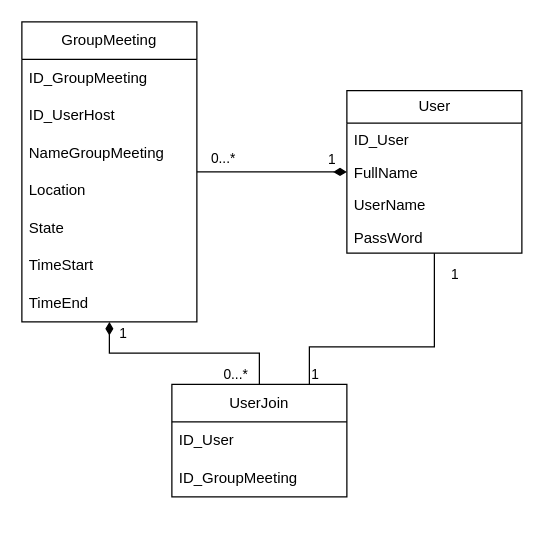
Above: page "pttkhdtClass" (4 of 5) of Untitled Diagram.drawio in LeTrungPhong/diagram (draw.io), before the change. Source tidied: cells renumbered, new cells numbered last; positions are measured from the earlier drawing's top-left corner, leaving out a move shared by most shapes. Both pictures are drawn from the tidied source at 125%, with x=0, y=0 at pixel (21, 21).
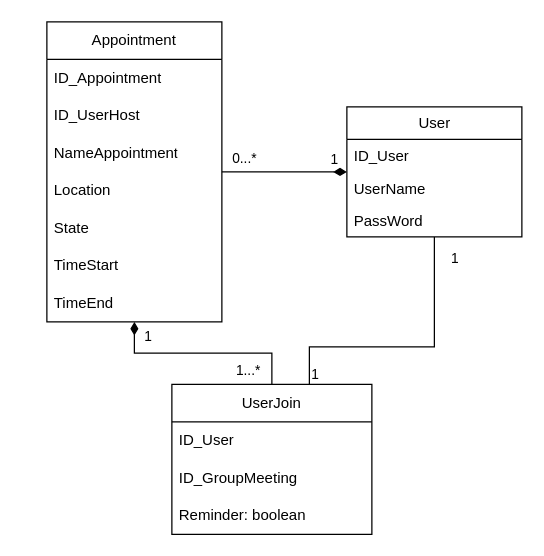
The same page after the edit.

Unchanged cells that the change refers to:
```xml
<mxCell id="24" style="endArrow=none;startArrow=diamondThin;endFill=0;startFill=1;html=1;verticalAlign=bottom;labelBackgroundColor=none;strokeWidth=1;startSize=8;endSize=8;rounded=0;edgeStyle=elbowEdgeStyle;elbow=vertical;" parent="1" edge="1" source="7" target="18">
  <mxGeometry relative="1" as="geometry" />
</mxCell>
```

Change to the diagram source:
```diff
@@
     <mxCell id="2" value="User" style="swimlane;fontStyle=0;horizontal=1;startSize=26;fillColor=none;html=1;" parent="1" vertex="1">
-      <mxGeometry x="260" y="55" width="140" height="130" as="geometry" />
+      <mxGeometry x="260" y="68" width="140" height="104" as="geometry" />
     </mxCell>
@@
-    <mxCell id="4" value="FullName" style="text;strokeColor=none;fillColor=none;align=left;verticalAlign=top;spacingLeft=4;spacingRight=4;overflow=hidden;whiteSpace=wrap;html=1;" parent="2" vertex="1">
-      <mxGeometry y="52" width="140" height="26" as="geometry" />
-    </mxCell>
     <mxCell id="5" value="UserName" style="text;strokeColor=none;fillColor=none;align=left;verticalAlign=top;spacingLeft=4;spacingRight=4;overflow=hidden;whiteSpace=wrap;html=1;" parent="2" vertex="1">
-      <mxGeometry y="78" width="140" height="26" as="geometry" />
+      <mxGeometry y="52" width="140" height="26" as="geometry" />
     </mxCell>
     <mxCell id="6" value="PassWord" style="text;strokeColor=none;fillColor=none;align=left;verticalAlign=top;spacingLeft=4;spacingRight=4;overflow=hidden;whiteSpace=wrap;html=1;" parent="2" vertex="1">
-      <mxGeometry y="104" width="140" height="26" as="geometry" />
+      <mxGeometry y="78" width="140" height="26" as="geometry" />
     </mxCell>
-    <mxCell id="7" value="GroupMeeting" style="swimlane;fontStyle=0;horizontal=1;startSize=30;whiteSpace=wrap;html=1;" parent="1" vertex="1">
-      <mxGeometry width="140" height="240" as="geometry" />
+    <mxCell id="7" value="Appointment" style="swimlane;fontStyle=0;horizontal=1;startSize=30;whiteSpace=wrap;html=1;" parent="1" vertex="1">
+      <mxGeometry x="20" width="140" height="240" as="geometry" />
     </mxCell>
-    <mxCell id="8" value="ID_GroupMeeting" style="text;strokeColor=none;fillColor=none;align=left;verticalAlign=middle;spacingLeft=4;spacingRight=4;overflow=hidden;whiteSpace=wrap;html=1;" parent="7" vertex="1">
+    <mxCell id="8" value="ID_Appointment" style="text;strokeColor=none;fillColor=none;align=left;verticalAlign=middle;spacingLeft=4;spacingRight=4;overflow=hidden;whiteSpace=wrap;html=1;" parent="7" vertex="1">
       <mxGeometry y="30" width="140" height="30" as="geometry" />
     </mxCell>
@@
-    <mxCell id="10" value="NameGroupMeeting" style="text;strokeColor=none;fillColor=none;align=left;verticalAlign=middle;spacingLeft=4;spacingRight=4;overflow=hidden;whiteSpace=wrap;html=1;" parent="7" vertex="1">
+    <mxCell id="10" value="NameAppointment" style="text;strokeColor=none;fillColor=none;align=left;verticalAlign=middle;spacingLeft=4;spacingRight=4;overflow=hidden;whiteSpace=wrap;html=1;" parent="7" vertex="1">
       <mxGeometry y="90" width="140" height="30" as="geometry" />
     </mxCell>
@@
     <mxCell id="18" value="UserJoin" style="swimlane;fontStyle=0;horizontal=1;startSize=30;whiteSpace=wrap;html=1;" parent="1" vertex="1">
-      <mxGeometry x="120" y="290" width="140" height="90" as="geometry" />
+      <mxGeometry x="120" y="290" width="160" height="120" as="geometry" />
     </mxCell>
     <mxCell id="19" value="ID_User" style="text;strokeColor=none;fillColor=none;align=left;verticalAlign=middle;spacingLeft=4;spacingRight=4;overflow=hidden;whiteSpace=wrap;html=1;" parent="18" vertex="1">
-      <mxGeometry y="30" width="140" height="30" as="geometry" />
+      <mxGeometry y="30" width="160" height="30" as="geometry" />
     </mxCell>
     <mxCell id="20" value="ID_GroupMeeting" style="text;strokeColor=none;fillColor=none;align=left;verticalAlign=middle;spacingLeft=4;spacingRight=4;overflow=hidden;whiteSpace=wrap;html=1;" parent="18" vertex="1">
-      <mxGeometry y="60" width="140" height="30" as="geometry" />
+      <mxGeometry y="60" width="160" height="30" as="geometry" />
     </mxCell>
+    <mxCell id="27" value="Reminder: boolean" style="text;strokeColor=none;fillColor=none;align=left;verticalAlign=middle;spacingLeft=4;spacingRight=4;overflow=hidden;whiteSpace=wrap;html=1;" parent="18" vertex="1">
+      <mxGeometry y="90" width="160" height="30" as="geometry" />
+    </mxCell>
@@
     <mxCell id="25" value="1" style="edgeLabel;html=1;align=center;verticalAlign=middle;" parent="24" vertex="1">
       <mxGeometry x="-0.78" relative="1" as="geometry">
-        <mxPoint x="10" y="-11" as="offset" />
+        <mxPoint x="10" y="-7" as="offset" />
       </mxGeometry>
     </mxCell>
-    <mxCell id="26" value="0...*" style="edgeLabel;html=1;align=center;verticalAlign=middle;" parent="24" vertex="1">
+    <mxCell id="26" value="1...*" style="edgeLabel;html=1;align=center;verticalAlign=middle;" parent="24" vertex="1">
       <mxGeometry x="0.75" y="-1" relative="1" as="geometry">
-        <mxPoint x="-19" y="12" as="offset" />
+        <mxPoint x="-19" y="8" as="offset" />
       </mxGeometry>
     </mxCell>
```
